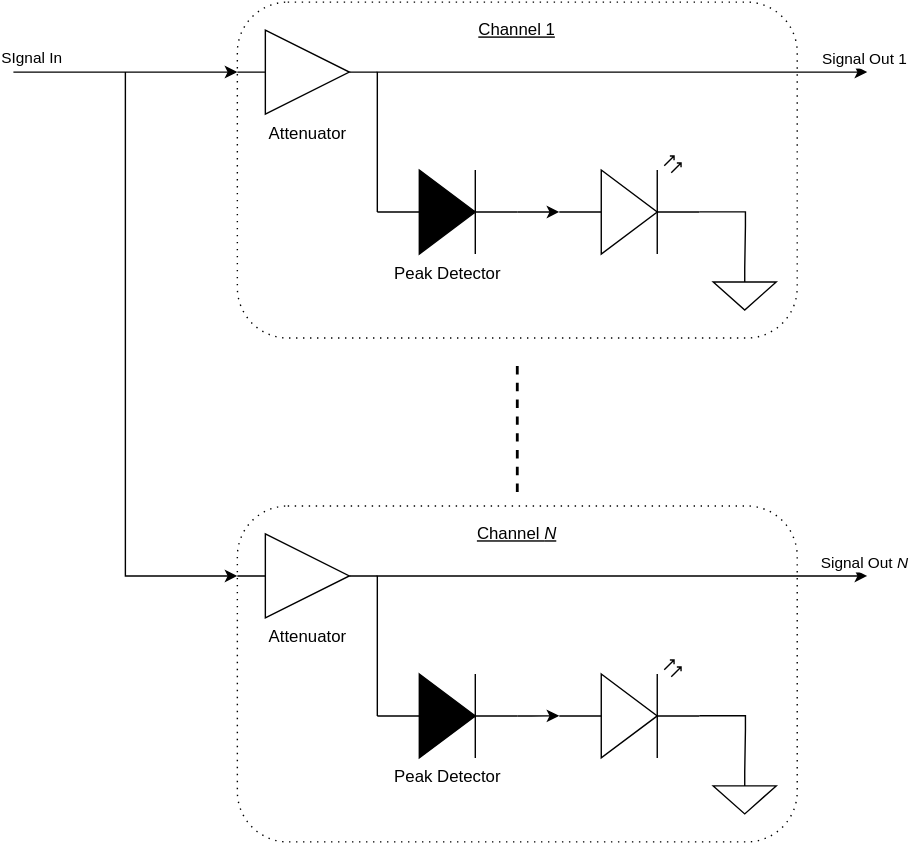
Earlier version of the draw.io export ActiveSplitterPedal/RevD/SOIC14/docs/systemdesign/SplitterBlockDiagram.svg (cracked-machine/ActiveSplitterPedalWithAnalogPeakDetector_HW). Source tidied: cells renumbered, new cells last; positions are measured from the earlier drawing's top-left corner, leaving out a move shared by most shapes.
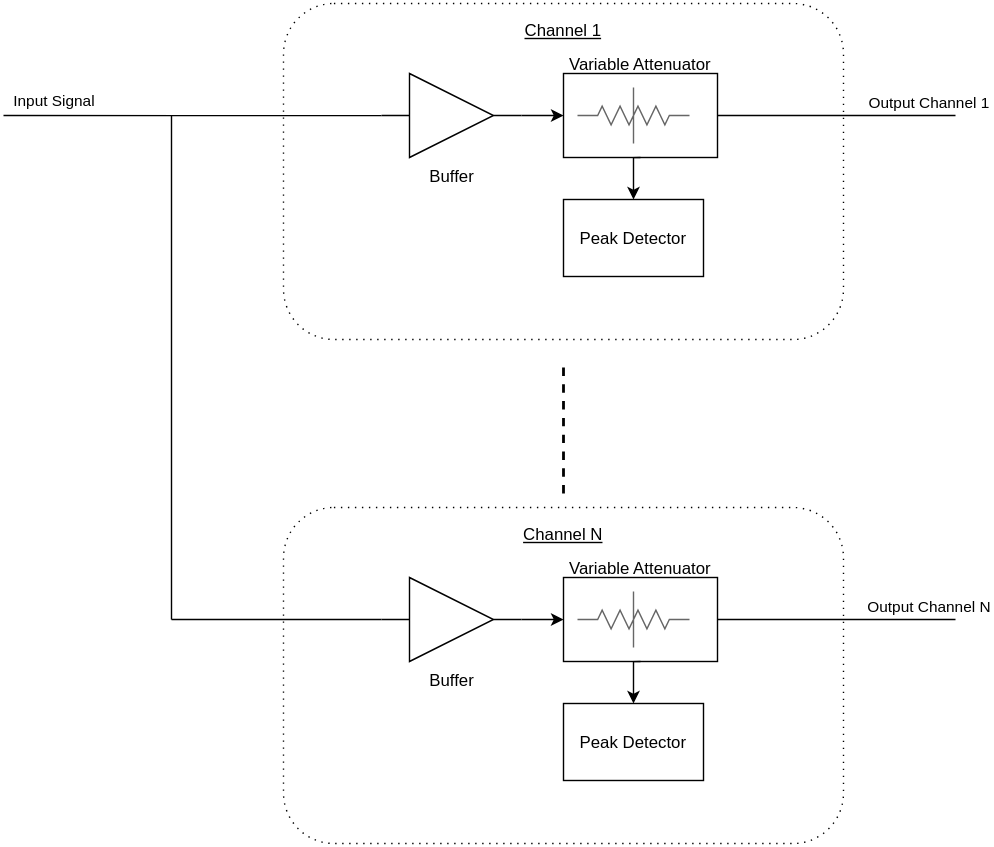
The same file after the commit.

Diff of the diagram source:
```diff
@@ -11,118 +11,90 @@
     <mxCell id="3" value="&lt;div&gt;&lt;u&gt;Channel&amp;nbsp;1&lt;/u&gt;&lt;/div&gt;&lt;div&gt;&lt;br&gt;&lt;/div&gt;&lt;div&gt;&lt;br&gt;&lt;/div&gt;&lt;div&gt;&lt;br&gt;&lt;/div&gt;&lt;div&gt;&lt;br&gt;&lt;/div&gt;&lt;div&gt;&lt;br&gt;&lt;/div&gt;&lt;div&gt;&lt;br&gt;&lt;/div&gt;&lt;div&gt;&lt;br&gt;&lt;/div&gt;&lt;div&gt;&lt;br&gt;&lt;/div&gt;&lt;div&gt;&lt;br&gt;&lt;/div&gt;&lt;div&gt;&lt;br&gt;&lt;/div&gt;&lt;div&gt;&lt;br&gt;&lt;/div&gt;&lt;div&gt;&lt;br&gt;&lt;/div&gt;&lt;div&gt;&lt;br&gt;&lt;/div&gt;&lt;div&gt;&lt;br&gt;&lt;/div&gt;" style="shape=rect;html=1;rounded=1;whiteSpace=wrap;align=center;dashed=1;dashPattern=1 4;" parent="1" vertex="1">
       <mxGeometry x="160" width="400" height="240" as="geometry" />
     </mxCell>
-    <mxCell id="4" style="edgeStyle=orthogonalEdgeStyle;rounded=0;jettySize=auto;html=1;entryX=0;entryY=0.5;entryDx=0;entryDy=0;entryPerimeter=0;endArrow=none;endFill=0;startArrow=classic;startFill=1;" parent="1" edge="1" target="10">
-      <mxGeometry relative="1" as="geometry">
-        <mxPoint x="610" y="50" as="sourcePoint" />
-        <Array as="points">
-          <mxPoint x="260" y="50" />
-        </Array>
-      </mxGeometry>
-    </mxCell>
-    <mxCell id="5" value="Signal Out 1" style="edgeLabel;html=1;align=center;verticalAlign=middle;" parent="4" vertex="1">
-      <mxGeometry x="-0.8" relative="1" as="geometry">
-        <mxPoint x="43.7" y="-10" as="offset" />
-      </mxGeometry>
-    </mxCell>
-    <mxCell id="6" style="edgeStyle=orthogonalEdgeStyle;rounded=0;jettySize=auto;html=1;exitX=0;exitY=0.5;exitDx=0;exitDy=0;endArrow=none;endFill=0;startArrow=classic;startFill=1;" parent="1" edge="1" source="8">
-      <mxGeometry relative="1" as="geometry">
-        <mxPoint y="50" as="targetPoint" />
-        <Array as="points">
-          <mxPoint x="80" y="50" />
-        </Array>
-      </mxGeometry>
-    </mxCell>
-    <mxCell id="7" value="&lt;div&gt;SIgnal In&lt;/div&gt;" style="edgeLabel;html=1;align=center;verticalAlign=middle;" parent="6" vertex="1">
-      <mxGeometry x="0.69" y="-2" relative="1" as="geometry">
-        <mxPoint x="-12.6" y="-8.3" as="offset" />
-      </mxGeometry>
-    </mxCell>
+    <mxCell id="25" value="Input Signal" style="edgeStyle=orthogonalEdgeStyle;rounded=0;jettySize=auto;html=1;endArrow=none;endFill=0;" parent="1" edge="1" source="8">
+      <mxGeometry x="0.73" y="-10" relative="1" as="geometry">
+        <mxPoint x="-40" y="80" as="targetPoint" />
+        <Array as="points">
+          <mxPoint x="90" y="80" />
+          <mxPoint x="90" y="80" />
+        </Array>
+      </mxGeometry>
+    </mxCell>
+    <mxCell id="26" style="edgeStyle=orthogonalEdgeStyle;rounded=0;jettySize=auto;html=1;exitX=1;exitY=0.5;exitDx=0;exitDy=0;entryX=0;entryY=0.5;entryDx=0;entryDy=0;endArrow=classic;endFill=1;" parent="1" edge="1" source="8" target="28">
+      <mxGeometry relative="1" as="geometry" />
+    </mxCell>
-    <mxCell id="8" value="Attenuator" style="verticalLabelPosition=bottom;shadow=0;dashed=0;align=center;html=1;verticalAlign=top;shape=mxgraph.electrical.logic_gates.buffer2;" parent="1" vertex="1">
-      <mxGeometry x="160" y="20" width="100" height="60" as="geometry" />
+    <mxCell id="8" value="Buffer" style="verticalLabelPosition=bottom;shadow=0;dashed=0;align=center;html=1;verticalAlign=top;shape=mxgraph.electrical.logic_gates.buffer2;" parent="1" vertex="1">
+      <mxGeometry x="230" y="50" width="100" height="60" as="geometry" />
     </mxCell>
-    <mxCell id="9" style="edgeStyle=orthogonalEdgeStyle;rounded=0;jettySize=auto;html=1;endArrow=classic;endFill=1;entryX=0;entryY=0.57;entryDx=0;entryDy=0;entryPerimeter=0;exitX=1;exitY=0.5;exitDx=0;exitDy=0;exitPerimeter=0;startArrow=none;startFill=0;" parent="1" edge="1" source="10" target="12">
-      <mxGeometry relative="1" as="geometry">
-        <Array as="points">
-          <mxPoint x="370" y="150" />
-          <mxPoint x="370" y="150" />
-        </Array>
-      </mxGeometry>
-    </mxCell>
-    <mxCell id="10" value="Peak Detector" style="fillColor=strokeColor;verticalLabelPosition=bottom;shadow=0;dashed=0;align=center;html=1;verticalAlign=top;shape=mxgraph.electrical.diodes.diode;" parent="1" vertex="1">
-      <mxGeometry x="260" y="120" width="100" height="60" as="geometry" />
-    </mxCell>
-    <mxCell id="11" style="edgeStyle=orthogonalEdgeStyle;rounded=0;jettySize=auto;html=1;exitX=1;exitY=0.57;exitDx=0;exitDy=0;exitPerimeter=0;entryX=0.5;entryY=0;entryDx=0;entryDy=0;entryPerimeter=0;startArrow=none;startFill=0;endArrow=none;endFill=0;" parent="1" edge="1" source="12" target="13">
-      <mxGeometry relative="1" as="geometry">
-        <Array as="points">
-          <mxPoint x="523" y="150" />
-          <mxPoint x="523" y="160" />
-          <mxPoint x="523" y="160" />
-        </Array>
-      </mxGeometry>
-    </mxCell>
-    <mxCell id="12" style="verticalLabelPosition=bottom;shadow=0;dashed=0;align=center;html=1;verticalAlign=top;shape=mxgraph.electrical.opto_electronics.led_2;" parent="1" vertex="1">
-      <mxGeometry x="390" y="110" width="100" height="70" as="geometry" />
-    </mxCell>
-    <mxCell id="13" style="verticalLabelPosition=bottom;shadow=0;dashed=0;align=center;html=1;verticalAlign=top;shape=mxgraph.electrical.signal_sources.signal_ground;" parent="1" vertex="1">
-      <mxGeometry x="500" y="190" width="45" height="30" as="geometry" />
-    </mxCell>
+    <mxCell id="27" style="group;" parent="1" vertex="1">
+      <mxGeometry x="360" y="50" width="120" height="60" as="geometry" />
+    </mxCell>
+    <mxCell id="28" value="&lt;div&gt;Variable Attenuator&lt;/div&gt;&lt;div&gt;&lt;br&gt;&lt;/div&gt;&lt;div&gt;&lt;br&gt;&lt;/div&gt;&lt;div&gt;&lt;br&gt;&lt;/div&gt;&lt;div&gt;&lt;br&gt;&lt;/div&gt;&lt;div&gt;&lt;br&gt;&lt;/div&gt;" style="rounded=0;whiteSpace=wrap;html=1;" parent="27" vertex="1">
+      <mxGeometry width="110" height="60" as="geometry" />
+    </mxCell>
+    <mxCell id="29" style="verticalLabelPosition=bottom;shadow=0;dashed=0;align=center;html=1;verticalAlign=top;shape=mxgraph.electrical.resistors.attenuator;perimeterSpacing=0;fillColor=#f5f5f5;strokeColor=#666666;fontColor=#333333;labelBorderColor=#000000;" parent="27" vertex="1">
+      <mxGeometry x="10" y="10" width="80" height="40" as="geometry" />
+    </mxCell>
+    <mxCell id="30" value="Peak Detector" style="rounded=0;whiteSpace=wrap;html=1;" parent="1" vertex="1">
+      <mxGeometry x="360" y="140" width="100" height="55" as="geometry" />
+    </mxCell>
+    <mxCell id="31" style="edgeStyle=orthogonalEdgeStyle;rounded=0;jettySize=auto;html=1;endArrow=none;endFill=0;" parent="1" edge="1" source="28">
+      <mxGeometry relative="1" as="geometry">
+        <mxPoint x="640" y="80" as="targetPoint" />
+      </mxGeometry>
+    </mxCell>
+    <mxCell id="32" value="Output Channel 1" style="edgeLabel;html=1;align=center;verticalAlign=middle;" parent="31" vertex="1">
+      <mxGeometry x="0.83" y="1" relative="1" as="geometry">
+        <mxPoint x="-5" y="-9" as="offset" />
+      </mxGeometry>
+    </mxCell>
+    <mxCell id="33" style="edgeStyle=orthogonalEdgeStyle;rounded=0;jettySize=auto;html=1;exitX=0.5;exitY=1;exitDx=0;exitDy=0;entryX=0.5;entryY=0;entryDx=0;entryDy=0;endArrow=classic;endFill=1;" parent="1" edge="1" source="28" target="30">
+      <mxGeometry relative="1" as="geometry" />
+    </mxCell>
+    <mxCell id="34" style="endArrow=none;html=1;endFill=0;" parent="1" edge="1">
+      <mxGeometry relative="1" as="geometry">
+        <mxPoint x="80" y="80" as="sourcePoint" />
+        <mxPoint x="80" y="440" as="targetPoint" />
+      </mxGeometry>
+    </mxCell>
-    <mxCell id="14" value="&lt;div&gt;&lt;u&gt;Channel &lt;i&gt;N&lt;/i&gt;&lt;/u&gt;&lt;/div&gt;&lt;div&gt;&lt;br&gt;&lt;/div&gt;&lt;div&gt;&lt;br&gt;&lt;/div&gt;&lt;div&gt;&lt;br&gt;&lt;/div&gt;&lt;div&gt;&lt;br&gt;&lt;/div&gt;&lt;div&gt;&lt;br&gt;&lt;/div&gt;&lt;div&gt;&lt;br&gt;&lt;/div&gt;&lt;div&gt;&lt;br&gt;&lt;/div&gt;&lt;div&gt;&lt;br&gt;&lt;/div&gt;&lt;div&gt;&lt;br&gt;&lt;/div&gt;&lt;div&gt;&lt;br&gt;&lt;/div&gt;&lt;div&gt;&lt;br&gt;&lt;/div&gt;&lt;div&gt;&lt;br&gt;&lt;/div&gt;&lt;div&gt;&lt;br&gt;&lt;/div&gt;&lt;div&gt;&lt;br&gt;&lt;/div&gt;" style="shape=rect;html=1;rounded=1;whiteSpace=wrap;align=center;dashed=1;dashPattern=1 4;" parent="1" vertex="1">
+    <mxCell id="14" value="&lt;div&gt;&lt;u&gt;Channel N&lt;br&gt;&lt;/u&gt;&lt;/div&gt;&lt;div&gt;&lt;br&gt;&lt;/div&gt;&lt;div&gt;&lt;br&gt;&lt;/div&gt;&lt;div&gt;&lt;br&gt;&lt;/div&gt;&lt;div&gt;&lt;br&gt;&lt;/div&gt;&lt;div&gt;&lt;br&gt;&lt;/div&gt;&lt;div&gt;&lt;br&gt;&lt;/div&gt;&lt;div&gt;&lt;br&gt;&lt;/div&gt;&lt;div&gt;&lt;br&gt;&lt;/div&gt;&lt;div&gt;&lt;br&gt;&lt;/div&gt;&lt;div&gt;&lt;br&gt;&lt;/div&gt;&lt;div&gt;&lt;br&gt;&lt;/div&gt;&lt;div&gt;&lt;br&gt;&lt;/div&gt;&lt;div&gt;&lt;br&gt;&lt;/div&gt;&lt;div&gt;&lt;br&gt;&lt;/div&gt;" style="shape=rect;html=1;rounded=1;whiteSpace=wrap;align=center;dashed=1;dashPattern=1 4;" parent="1" vertex="1">
       <mxGeometry x="160" y="360" width="400" height="240" as="geometry" />
     </mxCell>
-    <mxCell id="15" style="edgeStyle=orthogonalEdgeStyle;rounded=0;jettySize=auto;html=1;entryX=0;entryY=0.5;entryDx=0;entryDy=0;entryPerimeter=0;endArrow=none;endFill=0;startArrow=classic;startFill=1;" parent="1" edge="1" target="21">
-      <mxGeometry relative="1" as="geometry">
-        <mxPoint x="610" y="410" as="sourcePoint" />
-        <Array as="points">
-          <mxPoint x="260" y="410" />
-        </Array>
-      </mxGeometry>
-    </mxCell>
-    <mxCell id="16" value="Signal Out &lt;i&gt;N&lt;/i&gt;" style="edgeLabel;html=1;align=center;verticalAlign=middle;" parent="15" vertex="1">
-      <mxGeometry x="-0.8" relative="1" as="geometry">
-        <mxPoint x="43.7" y="-10" as="offset" />
-      </mxGeometry>
-    </mxCell>
-    <mxCell id="17" style="edgeStyle=orthogonalEdgeStyle;rounded=0;jettySize=auto;html=1;exitX=0;exitY=0.5;exitDx=0;exitDy=0;endArrow=none;endFill=0;startArrow=classic;startFill=1;" parent="1" edge="1" source="19">
-      <mxGeometry relative="1" as="geometry">
-        <mxPoint x="80" y="50" as="targetPoint" />
-        <Array as="points">
-          <mxPoint x="80" y="410" />
-        </Array>
-      </mxGeometry>
-    </mxCell>
-    <mxCell id="18" value="&lt;div&gt;&lt;br&gt;&lt;/div&gt;" style="edgeLabel;html=1;align=center;verticalAlign=middle;" parent="17" vertex="1">
-      <mxGeometry x="0.69" y="-2" relative="1" as="geometry">
-        <mxPoint x="-12.6" y="-8.3" as="offset" />
-      </mxGeometry>
-    </mxCell>
-    <mxCell id="19" value="Attenuator" style="verticalLabelPosition=bottom;shadow=0;dashed=0;align=center;html=1;verticalAlign=top;shape=mxgraph.electrical.logic_gates.buffer2;" parent="1" vertex="1">
-      <mxGeometry x="160" y="380" width="100" height="60" as="geometry" />
-    </mxCell>
-    <mxCell id="20" style="edgeStyle=orthogonalEdgeStyle;rounded=0;jettySize=auto;html=1;endArrow=classic;endFill=1;entryX=0;entryY=0.57;entryDx=0;entryDy=0;entryPerimeter=0;exitX=1;exitY=0.5;exitDx=0;exitDy=0;exitPerimeter=0;startArrow=none;startFill=0;" parent="1" edge="1" source="21" target="23">
-      <mxGeometry relative="1" as="geometry">
-        <Array as="points">
-          <mxPoint x="370" y="510" />
-          <mxPoint x="370" y="510" />
-        </Array>
-      </mxGeometry>
-    </mxCell>
-    <mxCell id="21" value="Peak Detector" style="fillColor=strokeColor;verticalLabelPosition=bottom;shadow=0;dashed=0;align=center;html=1;verticalAlign=top;shape=mxgraph.electrical.diodes.diode;" parent="1" vertex="1">
-      <mxGeometry x="260" y="480" width="100" height="60" as="geometry" />
-    </mxCell>
-    <mxCell id="22" style="edgeStyle=orthogonalEdgeStyle;rounded=0;jettySize=auto;html=1;exitX=1;exitY=0.57;exitDx=0;exitDy=0;exitPerimeter=0;entryX=0.5;entryY=0;entryDx=0;entryDy=0;entryPerimeter=0;startArrow=none;startFill=0;endArrow=none;endFill=0;" parent="1" edge="1" source="23" target="24">
-      <mxGeometry relative="1" as="geometry">
-        <Array as="points">
-          <mxPoint x="523" y="510" />
-          <mxPoint x="523" y="520" />
-          <mxPoint x="523" y="520" />
-        </Array>
-      </mxGeometry>
-    </mxCell>
-    <mxCell id="23" style="verticalLabelPosition=bottom;shadow=0;dashed=0;align=center;html=1;verticalAlign=top;shape=mxgraph.electrical.opto_electronics.led_2;" parent="1" vertex="1">
-      <mxGeometry x="390" y="470" width="100" height="70" as="geometry" />
-    </mxCell>
-    <mxCell id="24" style="verticalLabelPosition=bottom;shadow=0;dashed=0;align=center;html=1;verticalAlign=top;shape=mxgraph.electrical.signal_sources.signal_ground;" parent="1" vertex="1">
-      <mxGeometry x="500" y="550" width="45" height="30" as="geometry" />
-    </mxCell>
+    <mxCell id="35" style="edgeStyle=orthogonalEdgeStyle;rounded=0;jettySize=auto;html=1;exitX=1;exitY=0.5;exitDx=0;exitDy=0;entryX=0;entryY=0.5;entryDx=0;entryDy=0;endArrow=classic;endFill=1;" parent="1" edge="1" source="36" target="38">
+      <mxGeometry relative="1" as="geometry" />
+    </mxCell>
+    <mxCell id="36" value="Buffer" style="verticalLabelPosition=bottom;shadow=0;dashed=0;align=center;html=1;verticalAlign=top;shape=mxgraph.electrical.logic_gates.buffer2;" parent="1" vertex="1">
+      <mxGeometry x="230" y="410" width="100" height="60" as="geometry" />
+    </mxCell>
+    <mxCell id="37" style="group;" parent="1" vertex="1">
+      <mxGeometry x="360" y="410" width="120" height="60" as="geometry" />
+    </mxCell>
+    <mxCell id="38" value="&lt;div&gt;Variable Attenuator&lt;/div&gt;&lt;div&gt;&lt;br&gt;&lt;/div&gt;&lt;div&gt;&lt;br&gt;&lt;/div&gt;&lt;div&gt;&lt;br&gt;&lt;/div&gt;&lt;div&gt;&lt;br&gt;&lt;/div&gt;&lt;div&gt;&lt;br&gt;&lt;/div&gt;" style="rounded=0;whiteSpace=wrap;html=1;" parent="37" vertex="1">
+      <mxGeometry width="110" height="60" as="geometry" />
+    </mxCell>
+    <mxCell id="39" style="verticalLabelPosition=bottom;shadow=0;dashed=0;align=center;html=1;verticalAlign=top;shape=mxgraph.electrical.resistors.attenuator;perimeterSpacing=0;fillColor=#f5f5f5;strokeColor=#666666;fontColor=#333333;labelBorderColor=#000000;" parent="37" vertex="1">
+      <mxGeometry x="10" y="10" width="80" height="40" as="geometry" />
+    </mxCell>
+    <mxCell id="40" value="Peak Detector" style="rounded=0;whiteSpace=wrap;html=1;" parent="1" vertex="1">
+      <mxGeometry x="360" y="500" width="100" height="55" as="geometry" />
+    </mxCell>
+    <mxCell id="41" style="edgeStyle=orthogonalEdgeStyle;rounded=0;jettySize=auto;html=1;endArrow=none;endFill=0;" parent="1" edge="1" source="38">
+      <mxGeometry relative="1" as="geometry">
+        <mxPoint x="640" y="440" as="targetPoint" />
+      </mxGeometry>
+    </mxCell>
+    <mxCell id="42" value="Output Channel N" style="edgeLabel;html=1;align=center;verticalAlign=middle;" parent="41" vertex="1">
+      <mxGeometry x="0.83" y="1" relative="1" as="geometry">
+        <mxPoint x="-5" y="-9" as="offset" />
+      </mxGeometry>
+    </mxCell>
+    <mxCell id="43" style="edgeStyle=orthogonalEdgeStyle;rounded=0;jettySize=auto;html=1;exitX=0.5;exitY=1;exitDx=0;exitDy=0;entryX=0.5;entryY=0;entryDx=0;entryDy=0;endArrow=classic;endFill=1;" parent="1" edge="1" source="38" target="40">
+      <mxGeometry relative="1" as="geometry" />
+    </mxCell>
+    <mxCell id="44" style="endArrow=none;html=1;entryX=0;entryY=0.5;entryDx=0;entryDy=0;" parent="1" edge="1" target="36">
+      <mxGeometry relative="1" as="geometry">
+        <mxPoint x="80" y="440" as="sourcePoint" />
+      </mxGeometry>
+    </mxCell>
   </root>
 </mxGraphModel>
```
